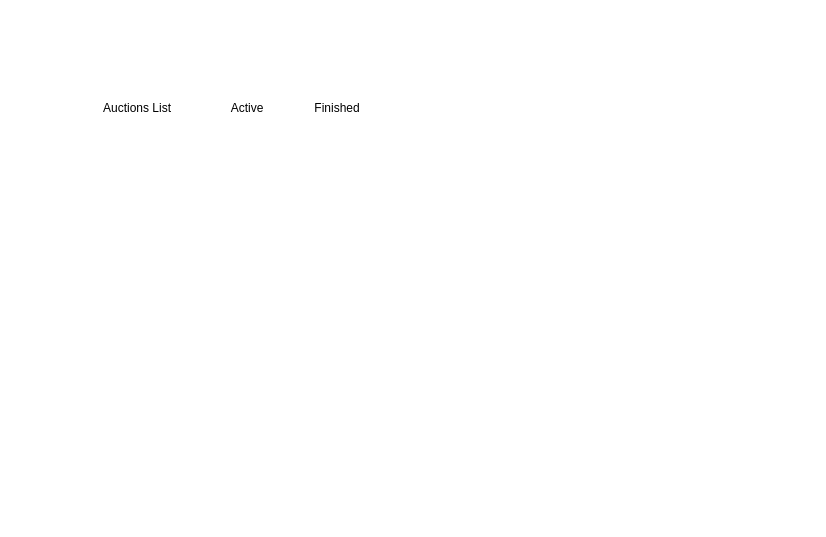
Before: page "Page-1" (1 of 2) of Untitled Diagram.drawio in pratikdimble/Diagram, a draw.io diagram. Source tidied: cells renumbered, new cells numbered last; positions are measured from the earlier drawing's top-left corner, leaving out a move shared by most shapes. Both pictures are drawn from the tidied source at 100%, with x=0, y=0 at pixel (67, 63). Pictures stored in the file or linked from it are replaced by grey dashed boxes.
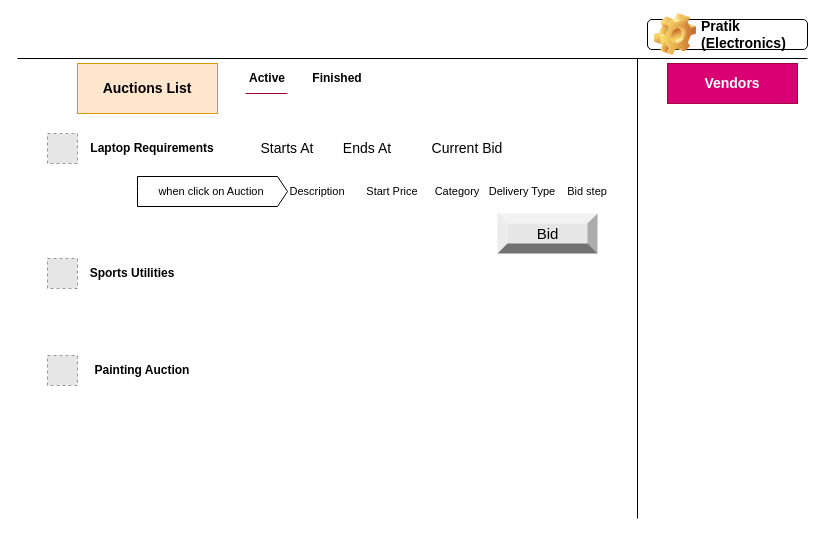
The same diagram, later.

Diff of the diagram source:
```diff
@@
-    <mxCell id="2" value="Auctions List" style="text;html=1;strokeColor=none;fillColor=none;align=center;verticalAlign=middle;whiteSpace=wrap;rounded=0;" parent="1" vertex="1">
-      <mxGeometry width="140" height="90" as="geometry" />
+    <mxCell id="2" value="Auctions List" style="text;html=1;strokeColor=#d79b00;fillColor=#ffe6cc;align=center;verticalAlign=middle;whiteSpace=wrap;rounded=0;fontSize=14;fontStyle=1;" parent="1" vertex="1">
+      <mxGeometry x="10" width="140" height="50" as="geometry" />
     </mxCell>
-    <mxCell id="3" value="Active" style="text;html=1;strokeColor=none;fillColor=none;align=center;verticalAlign=middle;whiteSpace=wrap;rounded=0;" parent="1" vertex="1">
-      <mxGeometry x="150" y="30" width="60" height="30" as="geometry" />
+    <mxCell id="3" value="Active" style="text;html=1;strokeColor=none;fillColor=none;align=center;verticalAlign=middle;whiteSpace=wrap;rounded=0;fontStyle=1;" parent="1" vertex="1">
+      <mxGeometry x="170" width="60" height="30" as="geometry" />
     </mxCell>
-    <mxCell id="4" value="Finished" style="text;html=1;strokeColor=none;fillColor=none;align=center;verticalAlign=middle;whiteSpace=wrap;rounded=0;" parent="1" vertex="1">
-      <mxGeometry x="240" y="30" width="60" height="30" as="geometry" />
+    <mxCell id="4" value="Finished" style="text;html=1;strokeColor=none;fillColor=none;align=center;verticalAlign=middle;whiteSpace=wrap;rounded=0;fontStyle=1;" parent="1" vertex="1">
+      <mxGeometry x="240" width="60" height="30" as="geometry" />
     </mxCell>
+    <mxCell id="5" value="Vendors" style="text;html=1;strokeColor=#A50040;fillColor=#d80073;align=center;verticalAlign=middle;whiteSpace=wrap;rounded=0;fontColor=#ffffff;fontSize=14;fontStyle=1;" parent="1" vertex="1">
+      <mxGeometry x="600" width="130" height="40" as="geometry" />
+    </mxCell>
+    <mxCell id="6" value="Laptop Requirements" style="text;html=1;strokeColor=none;fillColor=none;align=center;verticalAlign=middle;whiteSpace=wrap;rounded=0;fontStyle=1;" parent="1" vertex="1">
+      <mxGeometry x="10" y="70" width="150" height="30" as="geometry" />
+    </mxCell>
+    <mxCell id="7" value="Sports Utilities" style="text;html=1;strokeColor=none;fillColor=none;align=center;verticalAlign=middle;whiteSpace=wrap;rounded=0;fontStyle=1;" parent="1" vertex="1">
+      <mxGeometry x="10" y="195" width="110" height="30" as="geometry" />
+    </mxCell>
+    <mxCell id="8" value="Painting Auction" style="text;html=1;strokeColor=none;fillColor=none;align=center;verticalAlign=middle;whiteSpace=wrap;rounded=0;fontStyle=1;" parent="1" vertex="1">
+      <mxGeometry x="10" y="292" width="130" height="30" as="geometry" />
+    </mxCell>
+    <mxCell id="9" style="endArrow=none;html=1;rounded=0;fontSize=14;exitX=0.25;exitY=1;exitDx=0;exitDy=0;fillColor=#d80073;strokeColor=#A50040;" parent="1" edge="1">
+      <mxGeometry relative="1" as="geometry">
+        <mxPoint x="178" y="30" as="sourcePoint" />
+        <mxPoint x="220" y="30" as="targetPoint" />
+      </mxGeometry>
+    </mxCell>
+    <mxCell id="10" value="Starts At" style="text;html=1;strokeColor=none;fillColor=none;align=center;verticalAlign=middle;whiteSpace=wrap;rounded=0;fontSize=14;" parent="1" vertex="1">
+      <mxGeometry x="190" y="70" width="60" height="30" as="geometry" />
+    </mxCell>
+    <mxCell id="11" value="Ends At" style="text;html=1;strokeColor=none;fillColor=none;align=center;verticalAlign=middle;whiteSpace=wrap;rounded=0;fontSize=14;" parent="1" vertex="1">
+      <mxGeometry x="270" y="70" width="60" height="30" as="geometry" />
+    </mxCell>
+    <mxCell id="12" value="Current Bid" style="text;html=1;strokeColor=none;fillColor=none;align=center;verticalAlign=middle;whiteSpace=wrap;rounded=0;fontSize=14;" parent="1" vertex="1">
+      <mxGeometry x="360" y="70" width="80" height="30" as="geometry" />
+    </mxCell>
+    <mxCell id="13" value="Start Price" style="text;html=1;strokeColor=none;fillColor=none;align=center;verticalAlign=middle;whiteSpace=wrap;rounded=0;fontSize=11;" parent="1" vertex="1">
+      <mxGeometry x="290" y="113" width="70" height="30" as="geometry" />
+    </mxCell>
+    <mxCell id="14" value="Description" style="text;html=1;strokeColor=none;fillColor=none;align=center;verticalAlign=middle;whiteSpace=wrap;rounded=0;fontSize=11;" parent="1" vertex="1">
+      <mxGeometry x="220" y="113" width="60" height="30" as="geometry" />
+    </mxCell>
+    <mxCell id="15" value="when click on Auction&amp;nbsp;" style="html=1;shadow=0;dashed=0;align=center;verticalAlign=middle;shape=mxgraph.arrows2.arrow;dy=0;dx=10;notch=0;fontSize=11;" parent="1" vertex="1">
+      <mxGeometry x="70" y="113" width="150" height="30" as="geometry" />
+    </mxCell>
+    <mxCell id="16" value="Category" style="text;html=1;strokeColor=none;fillColor=none;align=center;verticalAlign=middle;whiteSpace=wrap;rounded=0;fontSize=11;" parent="1" vertex="1">
+      <mxGeometry x="360" y="113" width="60" height="30" as="geometry" />
+    </mxCell>
+    <mxCell id="17" value="Delivery Type" style="text;html=1;strokeColor=none;fillColor=none;align=center;verticalAlign=middle;whiteSpace=wrap;rounded=0;fontSize=11;" parent="1" vertex="1">
+      <mxGeometry x="420" y="113" width="70" height="30" as="geometry" />
+    </mxCell>
+    <mxCell id="18" value="Bid step" style="text;html=1;strokeColor=none;fillColor=none;align=center;verticalAlign=middle;whiteSpace=wrap;rounded=0;fontSize=11;" parent="1" vertex="1">
+      <mxGeometry x="490" y="113" width="60" height="30" as="geometry" />
+    </mxCell>
+    <mxCell id="19" style="endArrow=none;html=1;rounded=0;fontSize=11;" parent="1" edge="1">
+      <mxGeometry relative="1" as="geometry">
+        <mxPoint x="570" y="455" as="sourcePoint" />
+        <mxPoint x="570" y="-5" as="targetPoint" />
+      </mxGeometry>
+    </mxCell>
+    <mxCell id="20" value="Bid" style="labelPosition=center;verticalLabelPosition=middle;align=center;html=1;shape=mxgraph.basic.shaded_button;dx=10;fillColor=#E6E6E6;strokeColor=none;fontSize=15;" parent="1" vertex="1">
+      <mxGeometry x="430" y="150" width="100" height="40" as="geometry" />
+    </mxCell>
+    <mxCell id="21" style="fillColor=#E6E6E6;strokeColor=#999999;dashed=1;html=1;verticalAlign=top;verticalLabelPosition=bottom;labelBackgroundColor=#ffffff;fontSize=14;" parent="1" vertex="1">
+      <mxGeometry x="-20" y="70" width="30" height="30" as="geometry" />
+    </mxCell>
+    <mxCell id="22" style="fillColor=#E6E6E6;strokeColor=#999999;dashed=1;html=1;verticalAlign=top;verticalLabelPosition=bottom;labelBackgroundColor=#ffffff;fontSize=14;" parent="1" vertex="1">
+      <mxGeometry x="-20" y="195" width="30" height="30" as="geometry" />
+    </mxCell>
+    <mxCell id="23" style="fillColor=#E6E6E6;strokeColor=#999999;dashed=1;html=1;verticalAlign=top;verticalLabelPosition=bottom;labelBackgroundColor=#ffffff;fontSize=14;" parent="1" vertex="1">
+      <mxGeometry x="-20" y="292" width="30" height="30" as="geometry" />
+    </mxCell>
+    <mxCell id="24" style="endArrow=none;html=1;rounded=0;fontSize=14;" parent="1" edge="1">
+      <mxGeometry relative="1" as="geometry">
+        <mxPoint x="-50" y="-5" as="sourcePoint" />
+        <mxPoint x="740" y="-5" as="targetPoint" />
+      </mxGeometry>
+    </mxCell>
+    <mxCell id="25" value="Pratik&lt;br&gt;(Electronics)" style="label;whiteSpace=wrap;html=1;image=img/clipart/Gear_128x128.png;fontSize=14;" parent="1" vertex="1">
+      <mxGeometry x="580" y="-44" width="160" height="30" as="geometry" />
+    </mxCell>
```
